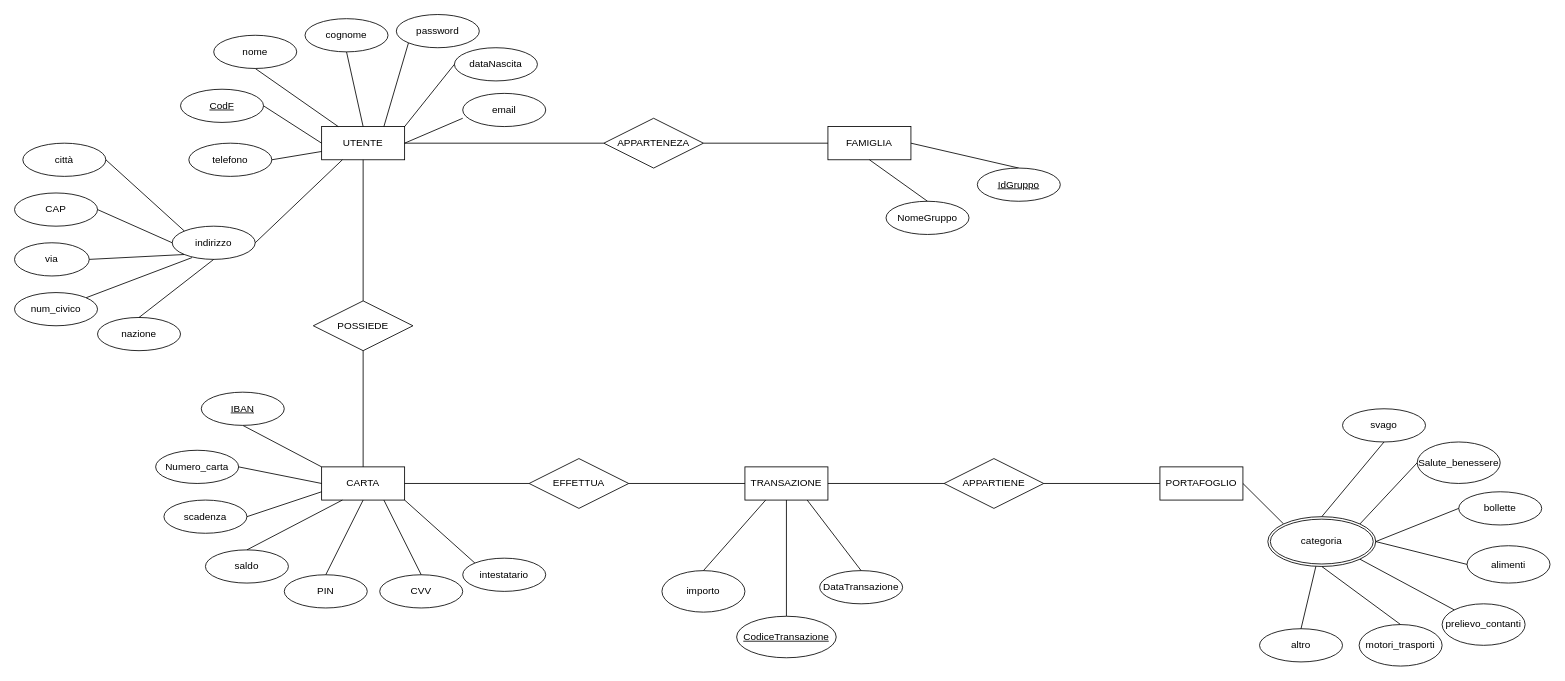
Before: ClassDiagram/baseprog.drawio in giuliagargiulo/Progetto-BDD, a draw.io diagram. Source tidied: cells renumbered, new cells numbered last; positions are measured from the earlier drawing's top-left corner, leaving out a move shared by most shapes. Both pictures are drawn from the tidied source at 83%, with x=0, y=0 at pixel (14, 14).
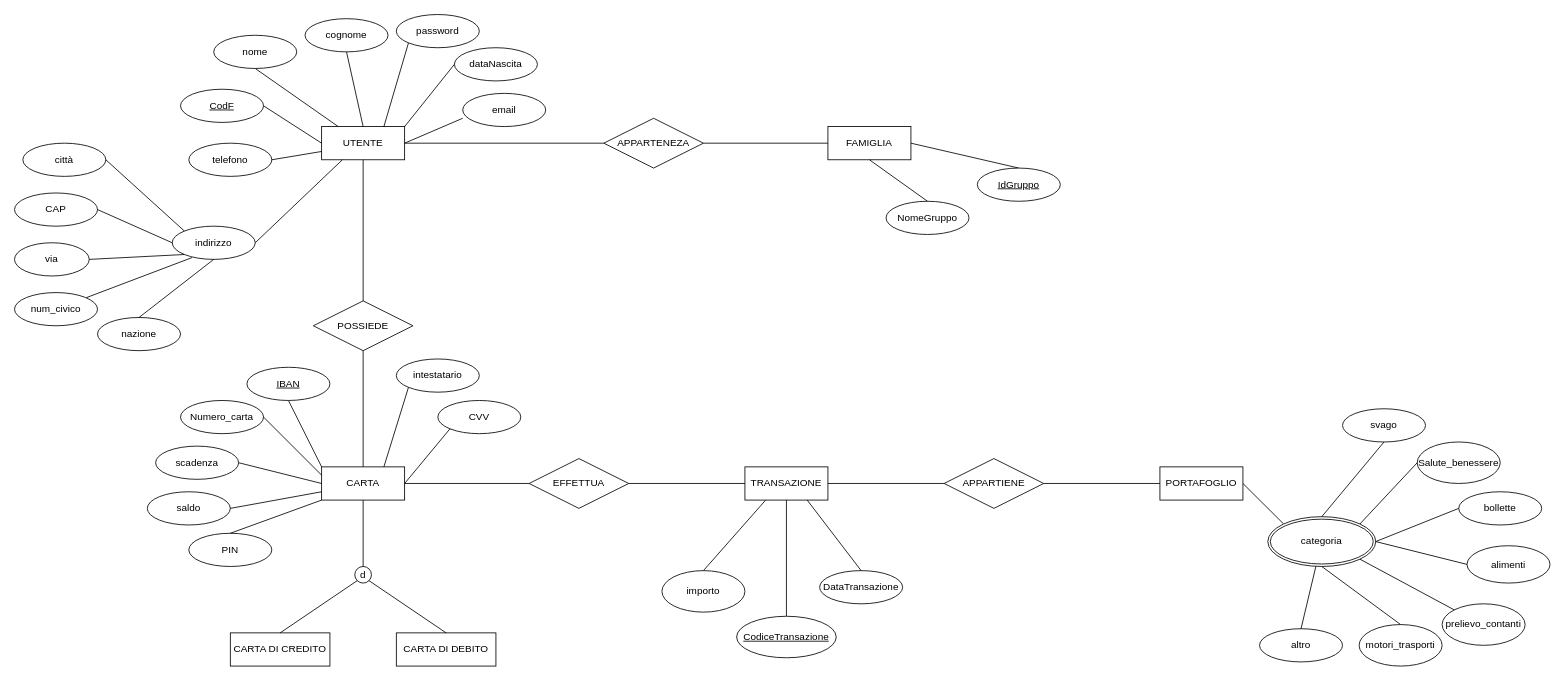
The same diagram, later.

Unchanged cells that the change refers to:
```xml
<mxCell id="18" value="CARTA" style="whiteSpace=wrap;html=1;align=center;rotation=0;" parent="1" vertex="1">
  <mxGeometry x="370" y="545" width="100" height="40" as="geometry" />
</mxCell>
```

What changed in the source:
```diff
@@
     <mxCell id="20" value="intestatario" style="ellipse;whiteSpace=wrap;html=1;align=center;" parent="1" vertex="1">
-      <mxGeometry x="540" y="655" width="100" height="40" as="geometry" />
+      <mxGeometry x="460" y="415" width="100" height="40" as="geometry" />
     </mxCell>
-    <mxCell id="21" style="endArrow=none;html=1;rounded=0;entryX=0;entryY=0;entryDx=0;entryDy=0;exitX=1;exitY=1;exitDx=0;exitDy=0;" parent="1" edge="1" source="18" target="20">
+    <mxCell id="21" style="endArrow=none;html=1;rounded=0;entryX=0;entryY=1;entryDx=0;entryDy=0;exitX=0.75;exitY=0;exitDx=0;exitDy=0;" parent="1" edge="1" source="18" target="20">
       <mxGeometry relative="1" as="geometry" />
     </mxCell>
     <mxCell id="22" value="Numero_carta" style="ellipse;whiteSpace=wrap;html=1;align=center;" parent="1" vertex="1">
-      <mxGeometry x="170" y="525" width="100" height="40" as="geometry" />
+      <mxGeometry x="200" y="465" width="100" height="40" as="geometry" />
     </mxCell>
-    <mxCell id="23" style="endArrow=none;html=1;rounded=0;exitX=1;exitY=0.5;exitDx=0;exitDy=0;entryX=0;entryY=0.5;entryDx=0;entryDy=0;" parent="1" edge="1" source="22" target="18">
+    <mxCell id="23" style="endArrow=none;html=1;rounded=0;exitX=1;exitY=0.5;exitDx=0;exitDy=0;entryX=0;entryY=0.25;entryDx=0;entryDy=0;" parent="1" edge="1" source="22" target="18">
       <mxGeometry relative="1" as="geometry" />
     </mxCell>
     <mxCell id="24" value="scadenza" style="ellipse;whiteSpace=wrap;html=1;align=center;" parent="1" vertex="1">
-      <mxGeometry x="180" y="585" width="100" height="40" as="geometry" />
+      <mxGeometry x="170" y="520" width="100" height="40" as="geometry" />
     </mxCell>
-    <mxCell id="25" style="endArrow=none;html=1;rounded=0;exitX=1;exitY=0.5;exitDx=0;exitDy=0;entryX=0;entryY=0.75;entryDx=0;entryDy=0;" parent="1" edge="1" source="24" target="18">
-      <mxGeometry relative="1" as="geometry" />
+    <mxCell id="25" style="endArrow=none;html=1;rounded=0;exitX=1;exitY=0.5;exitDx=0;exitDy=0;" parent="1" edge="1" source="24">
+      <mxGeometry relative="1" as="geometry">
+        <mxPoint x="370" y="565" as="targetPoint" />
+      </mxGeometry>
     </mxCell>
     <mxCell id="26" value="saldo" style="ellipse;whiteSpace=wrap;html=1;align=center;" parent="1" vertex="1">
-      <mxGeometry x="230" y="645" width="100" height="40" as="geometry" />
+      <mxGeometry x="160" y="575" width="100" height="40" as="geometry" />
     </mxCell>
     <mxCell id="27" value="PIN" style="ellipse;whiteSpace=wrap;html=1;align=center;" parent="1" vertex="1">
-      <mxGeometry x="325" y="675" width="100" height="40" as="geometry" />
+      <mxGeometry x="210" y="625" width="100" height="40" as="geometry" />
     </mxCell>
     <mxCell id="28" value="CVV" style="ellipse;whiteSpace=wrap;html=1;align=center;" parent="1" vertex="1">
-      <mxGeometry x="440" y="675" width="100" height="40" as="geometry" />
+      <mxGeometry x="510" y="465" width="100" height="40" as="geometry" />
     </mxCell>
-    <mxCell id="29" style="endArrow=none;html=1;rounded=0;exitX=0.5;exitY=0;exitDx=0;exitDy=0;entryX=0.25;entryY=1;entryDx=0;entryDy=0;" parent="1" edge="1" source="26" target="18">
+    <mxCell id="29" style="endArrow=none;html=1;rounded=0;exitX=1;exitY=0.5;exitDx=0;exitDy=0;entryX=0;entryY=0.75;entryDx=0;entryDy=0;" parent="1" edge="1" source="26" target="18">
       <mxGeometry relative="1" as="geometry" />
     </mxCell>
-    <mxCell id="30" style="endArrow=none;html=1;rounded=0;entryX=0.5;entryY=1;entryDx=0;entryDy=0;exitX=0.5;exitY=0;exitDx=0;exitDy=0;" parent="1" edge="1" source="27" target="18">
+    <mxCell id="30" style="endArrow=none;html=1;rounded=0;entryX=0;entryY=1;entryDx=0;entryDy=0;exitX=0.5;exitY=0;exitDx=0;exitDy=0;" parent="1" edge="1" source="27" target="18">
       <mxGeometry relative="1" as="geometry" />
     </mxCell>
-    <mxCell id="31" style="endArrow=none;html=1;rounded=0;exitX=0.75;exitY=1;exitDx=0;exitDy=0;entryX=0.5;entryY=0;entryDx=0;entryDy=0;" parent="1" edge="1" source="18" target="28">
-      <mxGeometry relative="1" as="geometry" />
+    <mxCell id="31" style="endArrow=none;html=1;rounded=0;entryX=0;entryY=1;entryDx=0;entryDy=0;" parent="1" edge="1" target="28">
+      <mxGeometry relative="1" as="geometry">
+        <mxPoint x="470" y="565" as="sourcePoint" />
+      </mxGeometry>
     </mxCell>
@@
     <mxCell id="48" value="IBAN" style="ellipse;whiteSpace=wrap;html=1;align=center;fontStyle=4;" parent="1" vertex="1">
-      <mxGeometry x="225" y="455" width="100" height="40" as="geometry" />
+      <mxGeometry x="280" y="425" width="100" height="40" as="geometry" />
     </mxCell>
@@
+    <mxCell id="85" value="CARTA DI CREDITO&lt;br&gt;" style="whiteSpace=wrap;html=1;align=center;" parent="1" vertex="1">
+      <mxGeometry x="260" y="745" width="120" height="40" as="geometry" />
+    </mxCell>
+    <mxCell id="86" value="CARTA DI DEBITO" style="whiteSpace=wrap;html=1;align=center;" parent="1" vertex="1">
+      <mxGeometry x="460" y="745" width="120" height="40" as="geometry" />
+    </mxCell>
+    <mxCell id="87" style="endArrow=none;html=1;rounded=0;exitX=0.5;exitY=1;exitDx=0;exitDy=0;" parent="1" edge="1" source="18">
+      <mxGeometry relative="1" as="geometry">
+        <mxPoint x="420" y="665" as="targetPoint" />
+      </mxGeometry>
+    </mxCell>
+    <mxCell id="88" value="d" style="ellipse;whiteSpace=wrap;html=1;" parent="1" vertex="1">
+      <mxGeometry x="410" y="665" width="20" height="20" as="geometry" />
+    </mxCell>
+    <mxCell id="89" style="endArrow=none;html=1;rounded=0;entryX=0;entryY=1;entryDx=0;entryDy=0;exitX=0.5;exitY=0;exitDx=0;exitDy=0;" parent="1" edge="1" source="85" target="88">
+      <mxGeometry relative="1" as="geometry" />
+    </mxCell>
+    <mxCell id="90" style="endArrow=none;html=1;rounded=0;exitX=1;exitY=1;exitDx=0;exitDy=0;entryX=0.5;entryY=0;entryDx=0;entryDy=0;" parent="1" edge="1" source="88" target="86">
+      <mxGeometry relative="1" as="geometry" />
+    </mxCell>
```
